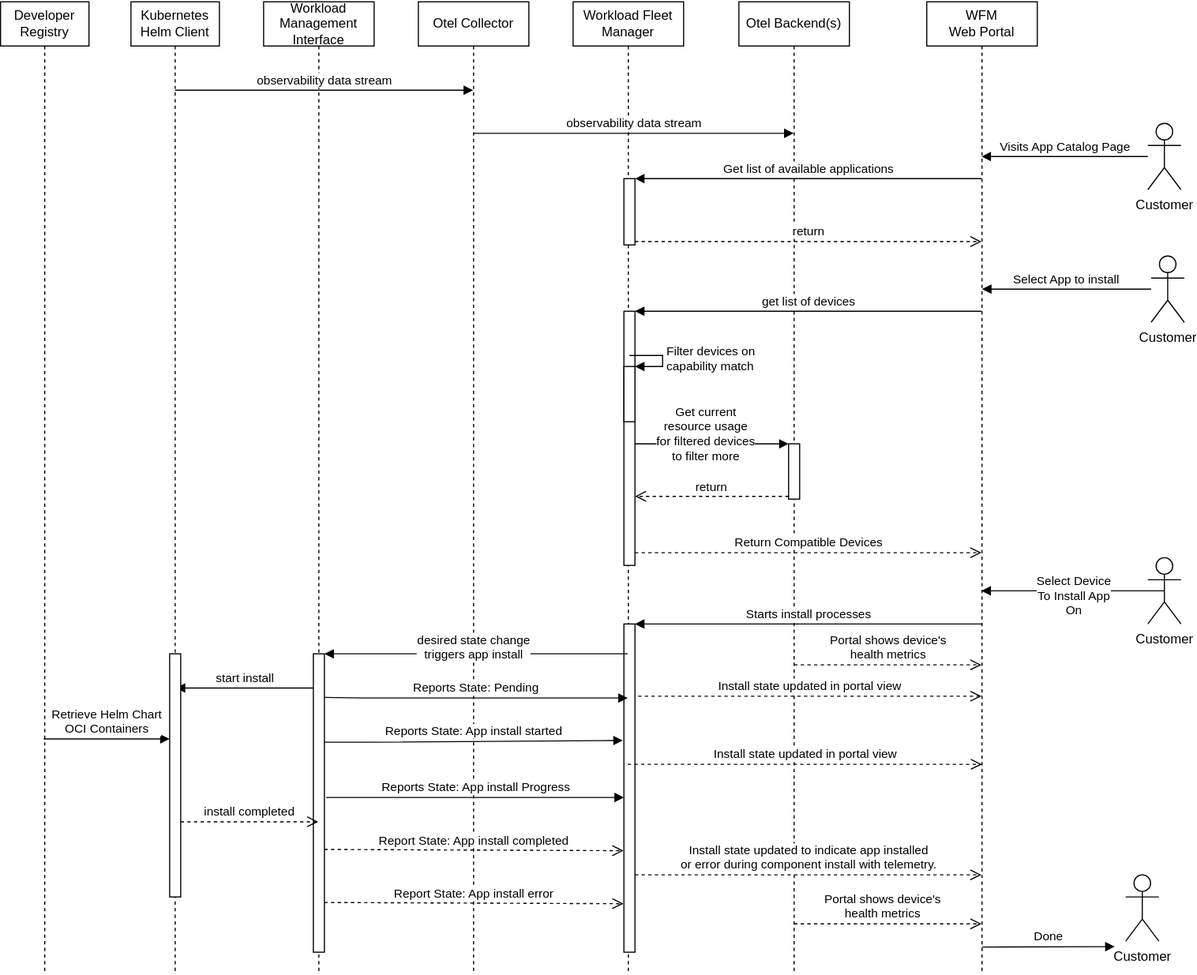
margo/general_website_content keeps this draw.io diagram as system-design/figures/workload-install-sequence.drawio.svg. Above is the earlier version. Source tidied: cells renumbered, new cells last; positions are measured from the earlier drawing's top-left corner, leaving out a move shared by most shapes.
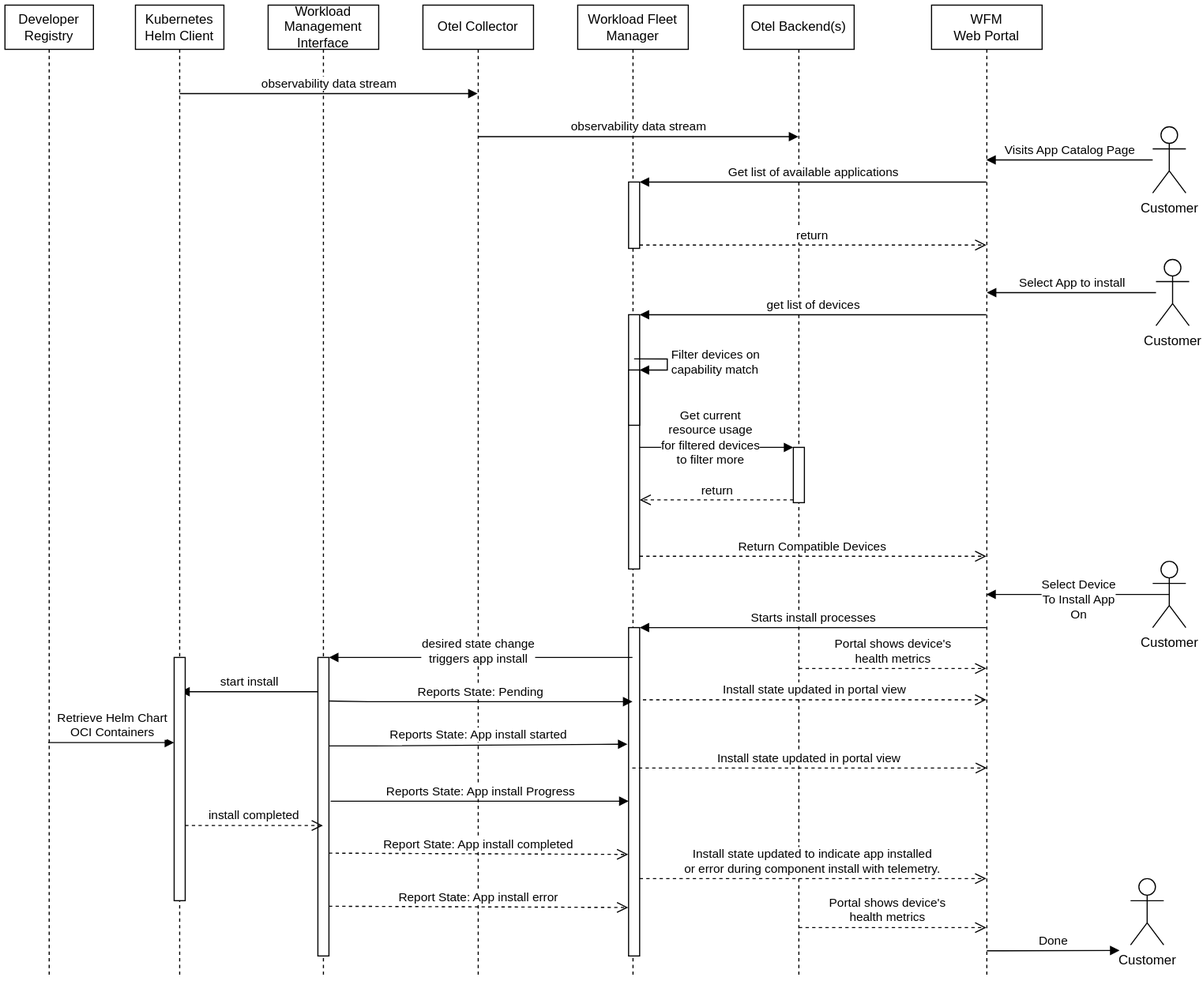
After the commit.

Change to the diagram source:
```diff
@@ -2,6 +2,9 @@
   <root>
     <mxCell id="0" />
     <mxCell id="1" parent="0" />
+    <mxCell id="48" style="rounded=0;whiteSpace=wrap;html=1;strokeColor=none;" parent="1" vertex="1">
+      <mxGeometry x="-4" y="-4" width="1088" height="887" as="geometry" />
+    </mxCell>
     <mxCell id="2" value="Workload Fleet&lt;div&gt;Manager&lt;/div&gt;" style="shape=umlLifeline;perimeter=lifelinePerimeter;whiteSpace=wrap;html=1;outlineConnect=0;" parent="1" vertex="1">
       <mxGeometry x="518" width="100" height="880" as="geometry" />
     </mxCell>
```
